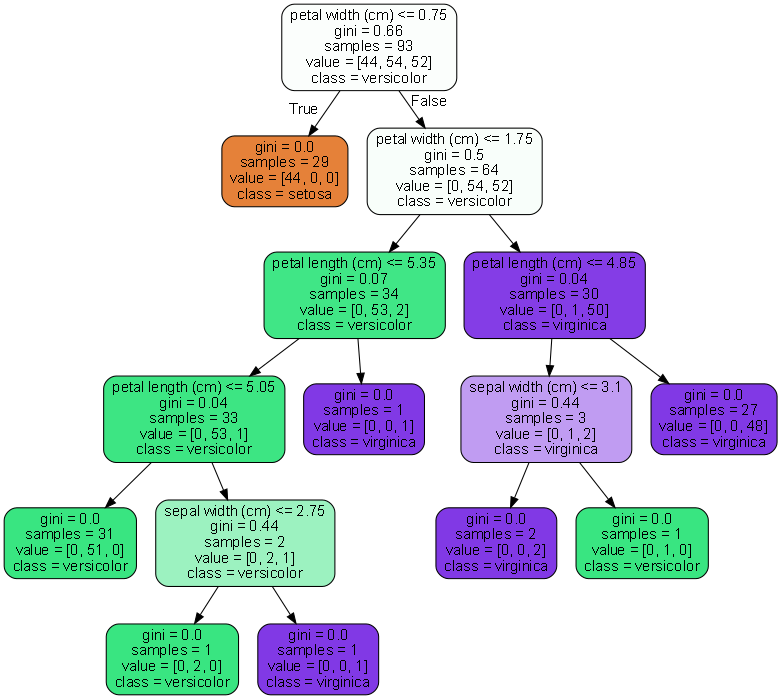
The Graphviz diagram RandomForest Covid Case Study/tree.png in mf11y/Data_Sci_Projects, before a commit. Its source is kept beside it as RandomForest Covid Case Study/tree.dot.
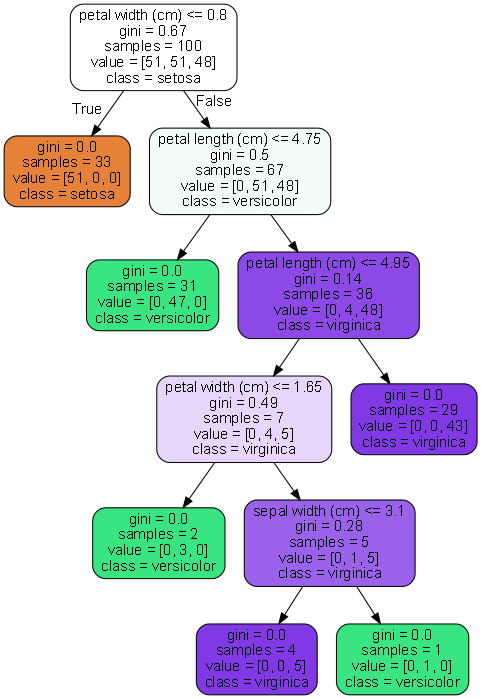
After the commit.

Change to the diagram source:
```diff
@@ -1,33 +1,25 @@
 digraph Tree {
 node [shape=box, style="filled, rounded", color="black", fontname=helvetica] ;
 edge [fontname=helvetica] ;
-0 [label="petal width (cm) <= 0.75\ngini = 0.66\nsamples = 93\nvalue = [44, 54, 52]\nclass = versicolor", fillcolor="#fbfefc"] ;
-1 [label="gini = 0.0\nsamples = 29\nvalue = [44, 0, 0]\nclass = setosa", fillcolor="#e58139"] ;
+0 [label="petal width (cm) <= 0.8\ngini = 0.67\nsamples = 100\nvalue = [51, 51, 48]\nclass = setosa", fillcolor="#ffffff"] ;
+1 [label="gini = 0.0\nsamples = 33\nvalue = [51, 0, 0]\nclass = setosa", fillcolor="#e58139"] ;
 0 -> 1 [labeldistance=2.5, labelangle=45, headlabel="True"] ;
-2 [label="petal width (cm) <= 1.75\ngini = 0.5\nsamples = 64\nvalue = [0, 54, 52]\nclass = versicolor", fillcolor="#f8fefa"] ;
+2 [label="petal length (cm) <= 4.75\ngini = 0.5\nsamples = 67\nvalue = [0, 51, 48]\nclass = versicolor", fillcolor="#f3fdf8"] ;
 0 -> 2 [labeldistance=2.5, labelangle=-45, headlabel="False"] ;
-3 [label="petal length (cm) <= 5.35\ngini = 0.07\nsamples = 34\nvalue = [0, 53, 2]\nclass = versicolor", fillcolor="#40e686"] ;
+3 [label="gini = 0.0\nsamples = 31\nvalue = [0, 47, 0]\nclass = versicolor", fillcolor="#39e581"] ;
 2 -> 3 ;
-4 [label="petal length (cm) <= 5.05\ngini = 0.04\nsamples = 33\nvalue = [0, 53, 1]\nclass = versicolor", fillcolor="#3de583"] ;
-3 -> 4 ;
-5 [label="gini = 0.0\nsamples = 31\nvalue = [0, 51, 0]\nclass = versicolor", fillcolor="#39e581"] ;
+4 [label="petal length (cm) <= 4.95\ngini = 0.14\nsamples = 36\nvalue = [0, 4, 48]\nclass = virginica", fillcolor="#8c49e7"] ;
+2 -> 4 ;
+5 [label="petal width (cm) <= 1.65\ngini = 0.49\nsamples = 7\nvalue = [0, 4, 5]\nclass = virginica", fillcolor="#e6d7fa"] ;
 4 -> 5 ;
-6 [label="sepal width (cm) <= 2.75\ngini = 0.44\nsamples = 2\nvalue = [0, 2, 1]\nclass = versicolor", fillcolor="#9cf2c0"] ;
-4 -> 6 ;
-7 [label="gini = 0.0\nsamples = 1\nvalue = [0, 2, 0]\nclass = versicolor", fillcolor="#39e581"] ;
-6 -> 7 ;
-8 [label="gini = 0.0\nsamples = 1\nvalue = [0, 0, 1]\nclass = virginica", fillcolor="#8139e5"] ;
-6 -> 8 ;
-9 [label="gini = 0.0\nsamples = 1\nvalue = [0, 0, 1]\nclass = virginica", fillcolor="#8139e5"] ;
-3 -> 9 ;
-10 [label="petal length (cm) <= 4.85\ngini = 0.04\nsamples = 30\nvalue = [0, 1, 50]\nclass = virginica", fillcolor="#843de6"] ;
-2 -> 10 ;
-11 [label="sepal width (cm) <= 3.1\ngini = 0.44\nsamples = 3\nvalue = [0, 1, 2]\nclass = virginica", fillcolor="#c09cf2"] ;
-10 -> 11 ;
-12 [label="gini = 0.0\nsamples = 2\nvalue = [0, 0, 2]\nclass = virginica", fillcolor="#8139e5"] ;
-11 -> 12 ;
-13 [label="gini = 0.0\nsamples = 1\nvalue = [0, 1, 0]\nclass = versicolor", fillcolor="#39e581"] ;
-11 -> 13 ;
-14 [label="gini = 0.0\nsamples = 27\nvalue = [0, 0, 48]\nclass = virginica", fillcolor="#8139e5"] ;
-10 -> 14 ;
+6 [label="gini = 0.0\nsamples = 2\nvalue = [0, 3, 0]\nclass = versicolor", fillcolor="#39e581"] ;
+5 -> 6 ;
+7 [label="sepal width (cm) <= 3.1\ngini = 0.28\nsamples = 5\nvalue = [0, 1, 5]\nclass = virginica", fillcolor="#9a61ea"] ;
+5 -> 7 ;
+8 [label="gini = 0.0\nsamples = 4\nvalue = [0, 0, 5]\nclass = virginica", fillcolor="#8139e5"] ;
+7 -> 8 ;
+9 [label="gini = 0.0\nsamples = 1\nvalue = [0, 1, 0]\nclass = versicolor", fillcolor="#39e581"] ;
+7 -> 9 ;
+10 [label="gini = 0.0\nsamples = 29\nvalue = [0, 0, 43]\nclass = virginica", fillcolor="#8139e5"] ;
+4 -> 10 ;
 }
```
